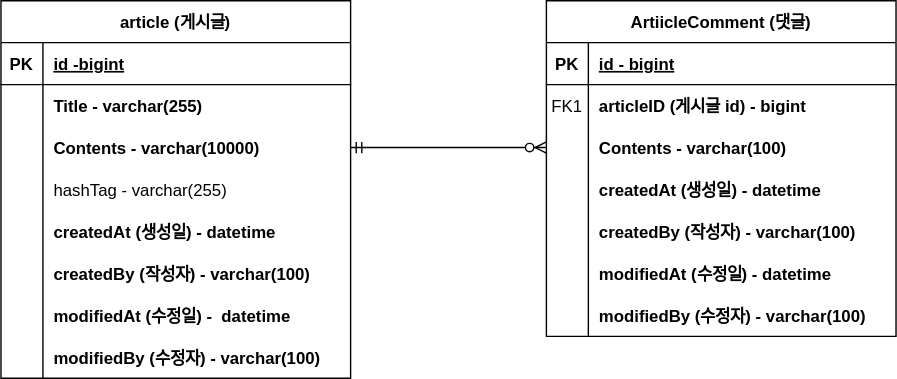
JEONGDratini/Spring-BBS-project keeps this draw.io diagram as document/.BBS-project-ERD.svg. Above is the earlier version. Source tidied: cells renumbered, new cells last; positions are measured from the earlier drawing's top-left corner, leaving out a move shared by most shapes.
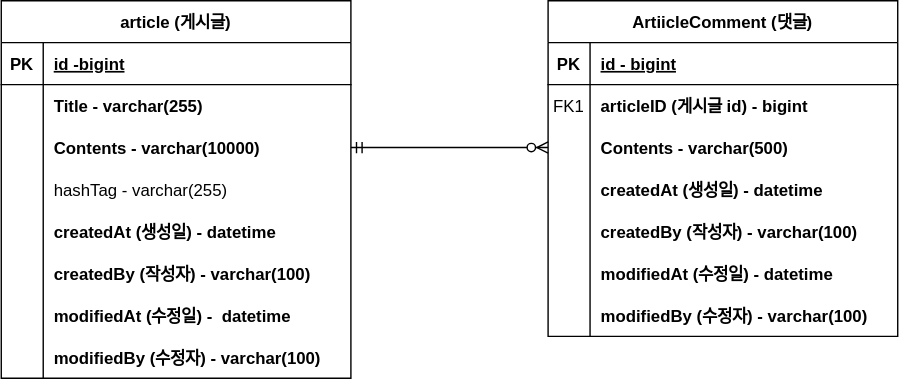
The same diagram one commit later.

Diff of the diagram source:
```diff
@@ -3,7 +3,7 @@
     <mxCell id="0" />
     <mxCell id="1" parent="0" />
     <mxCell id="2" value="ArtiicleComment (댓글)" style="shape=table;startSize=30;rowLines=0;fontStyle=1;align=center;" parent="1" vertex="1">
-      <mxGeometry x="390" width="250" height="240" as="geometry" />
+      <mxGeometry x="391" width="250" height="240" as="geometry" />
     </mxCell>
     <mxCell id="3" style="shape=partialRectangle;fillColor=none;top=0;left=0;right=0;bottom=1;" parent="2" vertex="1">
       <mxGeometry y="30" width="250" height="30" as="geometry" />
@@ -29,7 +29,7 @@
     <mxCell id="10" style="shape=partialRectangle;overflow=hidden;fillColor=none;top=0;left=0;bottom=0;right=0;" parent="9" vertex="1">
       <mxGeometry width="30" height="30" as="geometry" />
     </mxCell>
-    <mxCell id="11" value="Contents - varchar(100)" style="shape=partialRectangle;overflow=hidden;fillColor=none;top=0;left=0;bottom=0;right=0;align=left;spacingLeft=6;fontStyle=1;" parent="9" vertex="1">
+    <mxCell id="11" value="Contents - varchar(500)" style="shape=partialRectangle;overflow=hidden;fillColor=none;top=0;left=0;bottom=0;right=0;align=left;spacingLeft=6;fontStyle=1;" parent="9" vertex="1">
       <mxGeometry x="30" width="220" height="30" as="geometry" />
     </mxCell>
     <mxCell id="12" style="shape=partialRectangle;fillColor=none;top=0;left=0;right=0;bottom=0;" parent="2" vertex="1">
```
